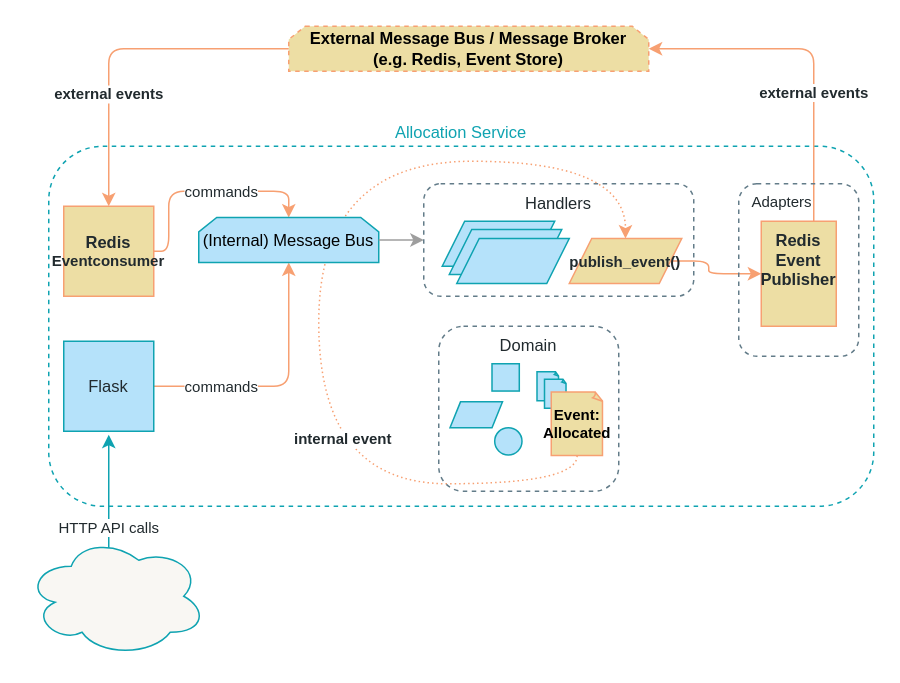
cosmicpython/book keeps this draw.io diagram as page "Chapter 11" (8 of 11) of maps.drawio. Above is the earlier version. Source tidied: cells renumbered, new cells numbered last; positions are measured from the earlier drawing's top-left corner, leaving out a move shared by most shapes. Both pictures are drawn from the tidied source at 150%, with x=0, y=0 at pixel (26, 26).
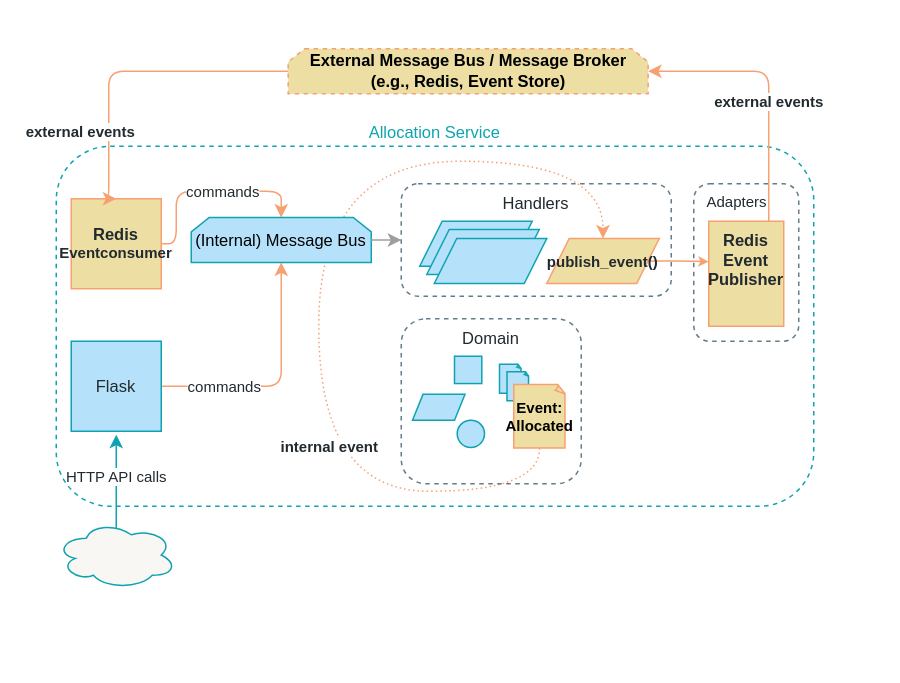
After the change.

The edit, as a diff of the source:
```diff
@@
     <mxCell id="2" value="Allocation Service" style="rounded=1;whiteSpace=wrap;html=1;shadow=0;dashed=1;fontFamily=Guardian Sans Cond Light;fontSize=11;fontColor=#0FA3B1;align=center;strokeColor=#0FA3B1;gradientColor=#ffffff;fillColor=none;labelPosition=center;verticalLabelPosition=top;verticalAlign=bottom;" parent="1" vertex="1">
-      <mxGeometry x="15" y="80" width="550" height="240" as="geometry" />
+      <mxGeometry x="20" y="80" width="505" height="240" as="geometry" />
     </mxCell>
     <mxCell id="3" value="commands" style="edgeStyle=orthogonalEdgeStyle;jettySize=auto;html=1;strokeColor=#F7A072;fillColor=#B5E2FA;fontFamily=Guardian Sans Cond Light;fontSize=10;fontColor=#212A2E;verticalAlign=middle;exitX=1;exitY=0.5;exitDx=0;exitDy=0;entryX=0.5;entryY=1;entryDx=0;entryDy=0;" parent="1" edge="1" source="4" target="13">
       <mxGeometry x="-0.48" relative="1" as="geometry">
         <Array as="points">
-          <mxPoint x="175" y="240" />
+          <mxPoint x="170" y="240" />
         </Array>
       </mxGeometry>
     </mxCell>
     <mxCell id="4" value="Flask" style="whiteSpace=wrap;html=1;strokeColor=#0FA3B1;fillColor=#B5E2FA;gradientColor=none;fontFamily=Guardian Sans Cond Light;fontSize=11;fontColor=#212A2E;" parent="1" vertex="1">
-      <mxGeometry x="25" y="210" width="60" height="60" as="geometry" />
+      <mxGeometry x="30" y="210" width="60" height="60" as="geometry" />
     </mxCell>
     <mxCell id="5" value="&lt;div style=&quot;font-size: 11px&quot;&gt;Redis&lt;/div&gt;&lt;div style=&quot;font-size: 10px&quot;&gt;Eventconsumer&lt;br style=&quot;font-size: 11px&quot;&gt;&lt;/div&gt;" style="whiteSpace=wrap;html=1;strokeColor=#F7A072;fillColor=#EDDEA4;gradientColor=none;fontFamily=Guardian Sans Cond Light;fontSize=11;fontColor=#212A2E;fontStyle=1;" parent="1" vertex="1">
-      <mxGeometry x="25" y="120" width="60" height="60" as="geometry" />
+      <mxGeometry x="30" y="115" width="60" height="60" as="geometry" />
     </mxCell>
     <mxCell id="6" value="commands" style="edgeStyle=orthogonalEdgeStyle;jettySize=auto;html=1;strokeColor=#F7A072;fillColor=#B5E2FA;fontFamily=Guardian Sans Cond Light;fontSize=10;fontColor=#212A2E;verticalAlign=middle;exitX=1;exitY=0.5;exitDx=0;exitDy=0;entryX=0.5;entryY=0;entryDx=0;entryDy=0;" parent="1" edge="1" source="5" target="13">
       <mxGeometry x="0.15" relative="1" as="geometry">
         <Array as="points">
-          <mxPoint x="95" y="150" />
-          <mxPoint x="95" y="110" />
-          <mxPoint x="175" y="110" />
+          <mxPoint x="100" y="145" />
+          <mxPoint x="100" y="110" />
+          <mxPoint x="170" y="110" />
         </Array>
       </mxGeometry>
     </mxCell>
-    <mxCell id="7" value="&lt;div style=&quot;font-size: 11px&quot;&gt;External Message Bus / Message Broker&lt;br&gt;&lt;/div&gt;&lt;div style=&quot;font-size: 11px&quot;&gt;(e.g. Redis, Event Store)&lt;br style=&quot;font-size: 11px&quot;&gt;&lt;/div&gt;" style="shape=loopLimit;whiteSpace=wrap;html=1;shadow=0;dashed=1;fontFamily=Guardian Sans Cond Light;fontSize=11;fontColor=#000000;align=center;strokeColor=#F7A072;fillColor=#EDDEA4;gradientColor=none;size=11;fontStyle=1;" parent="1" vertex="1">
-      <mxGeometry x="175" width="240" height="30" as="geometry" />
+    <mxCell id="7" value="&lt;div style=&quot;font-size: 11px&quot;&gt;External Message Bus / Message Broker&lt;br&gt;&lt;/div&gt;&lt;div style=&quot;font-size: 11px&quot;&gt;(e.g., Redis, Event Store)&lt;br style=&quot;font-size: 11px&quot;&gt;&lt;/div&gt;" style="shape=loopLimit;whiteSpace=wrap;html=1;shadow=0;dashed=1;fontFamily=Guardian Sans Cond Light;fontSize=11;fontColor=#000000;align=center;strokeColor=#F7A072;fillColor=#EDDEA4;gradientColor=none;size=11;fontStyle=1;" parent="1" vertex="1">
+      <mxGeometry x="174.6" y="15" width="240" height="30" as="geometry" />
     </mxCell>
     <mxCell id="8" value="external events" style="edgeStyle=orthogonalEdgeStyle;jettySize=auto;html=1;strokeColor=#F7A072;fillColor=#B5E2FA;fontFamily=Guardian Sans Cond Light;fontSize=10;fontColor=#212A2E;verticalAlign=middle;entryX=0.5;entryY=0;entryDx=0;entryDy=0;labelBackgroundColor=#ffffff;fontStyle=1;" parent="1" edge="1" source="7" target="5">
-      <mxGeometry x="0.07" y="30" relative="1" as="geometry">
+      <mxGeometry x="0.14" y="20" relative="1" as="geometry">
         <Array as="points">
-          <mxPoint x="55" y="15" />
+          <mxPoint x="55" y="30" />
         </Array>
-        <mxPoint x="-30" y="30" as="offset" />
+        <mxPoint x="-20" y="20" as="offset" />
       </mxGeometry>
     </mxCell>
     <mxCell id="9" value="external events" style="edgeStyle=orthogonalEdgeStyle;jettySize=auto;html=1;strokeColor=#F7A072;fillColor=#B5E2FA;fontFamily=Guardian Sans Cond Light;fontSize=10;fontColor=#212A2E;verticalAlign=middle;entryX=1;entryY=0.5;entryDx=0;entryDy=0;fontStyle=1;" parent="1" edge="1" source="11" target="7">
-      <mxGeometry x="-0.24" relative="1" as="geometry">
+      <mxGeometry x="-0.11" relative="1" as="geometry">
         <Array as="points">
-          <mxPoint x="525" y="15" />
+          <mxPoint x="495" y="30" />
         </Array>
       </mxGeometry>
     </mxCell>
     <mxCell id="10" value="&lt;div style=&quot;font-size: 10px;&quot;&gt;internal event&lt;/div&gt;" style="edgeStyle=orthogonalEdgeStyle;jettySize=auto;html=1;strokeColor=#F7A072;fillColor=#B5E2FA;fontFamily=Guardian Sans Cond Light;fontSize=10;fontColor=#212A2E;verticalAlign=middle;entryX=0.5;entryY=0;entryDx=0;entryDy=0;dashed=1;curved=1;dashPattern=1 2;exitX=0.5;exitY=1;exitDx=0;exitDy=0;exitPerimeter=0;fontStyle=1;" parent="1" edge="1" source="30" target="18">
       <mxGeometry x="-0.47" y="-30" relative="1" as="geometry">
         <Array as="points">
-          <mxPoint x="367" y="305" />
-          <mxPoint x="195" y="305" />
+          <mxPoint x="342" y="310" />
+          <mxPoint x="195" y="310" />
           <mxPoint x="195" y="90" />
-          <mxPoint x="400" y="90" />
+          <mxPoint x="385" y="90" />
         </Array>
       </mxGeometry>
     </mxCell>
     <mxCell id="11" value="Redis&lt;br style=&quot;font-size: 11px;&quot;&gt;Event&lt;br style=&quot;font-size: 11px;&quot;&gt;Publisher" style="rounded=0;whiteSpace=wrap;html=1;fontFamily=Guardian Sans Cond Light;fontSize=11;fontColor=#212A2E;align=center;strokeColor=#F7A072;fillColor=#EDDEA4;verticalAlign=top;fontStyle=1;" parent="1" vertex="1">
-      <mxGeometry x="490" y="130" width="50" height="70" as="geometry" />
+      <mxGeometry x="455" y="130" width="50" height="70" as="geometry" />
     </mxCell>
-    <mxCell id="12" style="edgeStyle=orthogonalEdgeStyle;jettySize=auto;html=1;strokeColor=#F7A072;fillColor=#B5E2FA;fontFamily=Guardian Sans Cond Light;fontSize=11;fontColor=#212A2E;verticalAlign=middle;entryX=0;entryY=0.5;entryDx=0;entryDy=0;exitX=1;exitY=0.5;exitDx=0;exitDy=0;" parent="1" edge="1" source="18" target="11">
+    <mxCell id="12" style="edgeStyle=orthogonalEdgeStyle;jettySize=auto;html=1;strokeColor=#F7A072;fillColor=#B5E2FA;fontFamily=Guardian Sans Cond Light;fontSize=11;fontColor=#212A2E;verticalAlign=middle;exitX=1;exitY=0.5;exitDx=0;exitDy=0;endSize=4;" parent="1" edge="1" source="18">
       <mxGeometry relative="1" as="geometry">
+        <mxPoint x="455" y="157" as="targetPoint" />
         <Array as="points">
-          <mxPoint x="455" y="157" />
-          <mxPoint x="455" y="165" />
+          <mxPoint x="442" y="157" />
+          <mxPoint x="458" y="157" />
         </Array>
       </mxGeometry>
     </mxCell>
     <mxCell id="13" value="(Internal) Message Bus" style="shape=loopLimit;whiteSpace=wrap;html=1;fontFamily=Guardian Sans Cond Light;fontSize=11;fontColor=#000000;align=center;strokeColor=#0FA3B1;fillColor=#B5E2FA;size=12;" parent="1" vertex="1">
-      <mxGeometry x="115" y="127.5" width="120" height="30" as="geometry" />
+      <mxGeometry x="110" y="127.5" width="120" height="30" as="geometry" />
     </mxCell>
@@
     <mxCell id="15" value="HTTP API calls" style="edgeStyle=orthogonalEdgeStyle;jettySize=auto;html=1;strokeColor=#0FA3B1;fillColor=#B5E2FA;fontFamily=Guardian Sans Cond Light;fontSize=10;fontColor=#212A2E;verticalAlign=middle;entryX=0.5;entryY=1.039;entryDx=0;entryDy=0;exitX=0.4;exitY=0.1;exitDx=0;exitDy=0;exitPerimeter=0;entryPerimeter=0;" parent="1" edge="1" source="16" target="4">
-      <mxGeometry relative="1" as="geometry">
+      <mxGeometry x="0.6" relative="1" as="geometry">
         <Array as="points">
-          <mxPoint x="55" y="368" />
+          <mxPoint x="54" y="368" />
+          <mxPoint x="60" y="368" />
         </Array>
       </mxGeometry>
     </mxCell>
     <mxCell id="16" style="ellipse;shape=cloud;whiteSpace=wrap;html=1;rounded=1;shadow=0;glass=0;comic=0;strokeColor=#0FA3B1;fillColor=#F9F7F3;gradientColor=none;fontFamily=Guardian Sans Cond Light;fontSize=11;fontColor=#000000;align=center;" parent="1" vertex="1">
-      <mxGeometry y="340" width="120" height="80" as="geometry" />
+      <mxGeometry x="20" y="330" width="80" height="45" as="geometry" />
     </mxCell>
     <mxCell id="17" value="Handlers" style="rounded=1;whiteSpace=wrap;html=1;fontFamily=Guardian Sans Cond Light;verticalAlign=top;fontSize=11;fontColor=#212A2E;fillColor=none;strokeColor=#637C89;fontStyle=0;dashed=1;" parent="1" vertex="1">
-      <mxGeometry x="265" y="105" width="180" height="75" as="geometry" />
+      <mxGeometry x="250" y="105" width="180" height="75" as="geometry" />
     </mxCell>
     <mxCell id="18" value="publish_event()" style="shape=parallelogram;perimeter=parallelogramPerimeter;whiteSpace=wrap;html=1;fontFamily=Guardian Sans Cond Light;fontSize=10;fontColor=#212A2E;align=center;strokeColor=#F7A072;fillColor=#EDDEA4;fontStyle=1;" parent="1" vertex="1">
-      <mxGeometry x="362" y="141.5" width="75" height="30" as="geometry" />
+      <mxGeometry x="347" y="141.5" width="75" height="30" as="geometry" />
     </mxCell>
     <mxCell id="19" style="group;fontSize=11;" parent="1" vertex="1">
-      <mxGeometry x="277.3" y="130" width="84.7" height="41.5" as="geometry" />
+      <mxGeometry x="262.3" y="130" width="84.7" height="41.5" as="geometry" />
     </mxCell>
@@
     <mxCell id="23" value="Adapters" style="rounded=1;whiteSpace=wrap;html=1;fontFamily=Guardian Sans Cond Light;verticalAlign=top;fontSize=10;fontColor=#212A2E;fillColor=none;strokeColor=#637C89;fontStyle=0;dashed=1;labelPosition=center;verticalLabelPosition=middle;align=left;spacingRight=0;spacingLeft=7;" parent="1" vertex="1">
-      <mxGeometry x="475" y="105" width="80" height="115" as="geometry" />
+      <mxGeometry x="445" y="105" width="70" height="105" as="geometry" />
     </mxCell>
     <mxCell id="24" value="Domain" style="rounded=1;whiteSpace=wrap;html=1;fontFamily=Guardian Sans Cond Light;verticalAlign=top;fontSize=11;fontColor=#212A2E;fillColor=none;strokeColor=#637C89;dashed=1;" parent="1" vertex="1">
-      <mxGeometry x="275" y="200" width="120" height="110" as="geometry" />
+      <mxGeometry x="250" y="195" width="120" height="110" as="geometry" />
     </mxCell>
     <mxCell id="25" style="whiteSpace=wrap;html=1;fontSize=11;strokeColor=#0FA3B1;fillColor=#B5E2FA;fontFamily=Guardian Sans Cond Light;" parent="1" vertex="1">
-      <mxGeometry x="310.5" y="225" width="18.2" height="18.2" as="geometry" />
+      <mxGeometry x="285.5" y="220" width="18.2" height="18.2" as="geometry" />
     </mxCell>
     <mxCell id="26" style="ellipse;whiteSpace=wrap;html=1;fontSize=11;strokeColor=#0FA3B1;fillColor=#B5E2FA;fontFamily=Guardian Sans Cond Light;" parent="1" vertex="1">
-      <mxGeometry x="312.3" y="267.6" width="18.2" height="18.2" as="geometry" />
+      <mxGeometry x="287.3" y="262.6" width="18.2" height="18.2" as="geometry" />
     </mxCell>
     <mxCell id="27" style="shape=parallelogram;perimeter=parallelogramPerimeter;whiteSpace=wrap;html=1;fontFamily=Guardian Sans Cond Light;fontSize=11;fontColor=#000000;align=center;strokeColor=#0FA3B1;fillColor=#B5E2FA;" parent="1" vertex="1">
-      <mxGeometry x="282.5" y="250.4" width="35" height="17.3" as="geometry" />
+      <mxGeometry x="257.5" y="245.4" width="35" height="17.3" as="geometry" />
     </mxCell>
     <mxCell id="28" style="whiteSpace=wrap;html=1;shape=mxgraph.basic.document;rounded=1;strokeColor=#0FA3B1;fillColor=#B5E2FA;fontFamily=Guardian Sans Cond Light;fontSize=11;" parent="1" vertex="1">
-      <mxGeometry x="340.5" y="230.4" width="14.5" height="19.2" as="geometry" />
+      <mxGeometry x="315.5" y="225.4" width="14.5" height="19.2" as="geometry" />
     </mxCell>
     <mxCell id="29" style="whiteSpace=wrap;html=1;shape=mxgraph.basic.document;rounded=1;strokeColor=#0FA3B1;fillColor=#B5E2FA;fontFamily=Guardian Sans Cond Light;fontSize=11;" parent="1" vertex="1">
-      <mxGeometry x="345.5" y="235.4" width="14.5" height="19.2" as="geometry" />
+      <mxGeometry x="320.5" y="230.4" width="14.5" height="19.2" as="geometry" />
     </mxCell>
     <mxCell id="30" value="Event:&lt;br&gt;Allocated" style="whiteSpace=wrap;html=1;shape=mxgraph.basic.document;rounded=1;strokeColor=#F7A072;fillColor=#EDDEA4;fontFamily=Guardian Sans Cond Light;fontSize=10;fontStyle=1;" parent="1" vertex="1">
-      <mxGeometry x="350" y="243.8" width="34.5" height="42.4" as="geometry" />
+      <mxGeometry x="325" y="238.8" width="34.5" height="42.4" as="geometry" />
     </mxCell>
```
